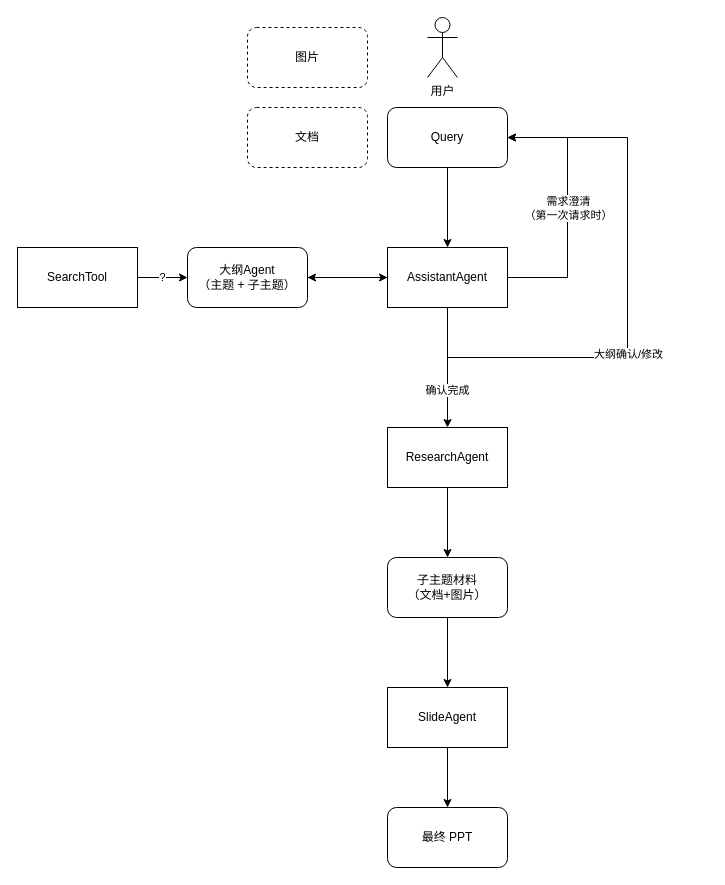
The draw.io diagram presentation.drawio in xueyouluo/drawio-repo, before the edit. Source tidied: cells renumbered, new cells numbered last; positions are measured from the earlier drawing's top-left corner, leaving out a move shared by most shapes. Both pictures are drawn from the tidied source at 100%, with x=0, y=0 at pixel (17, 17).
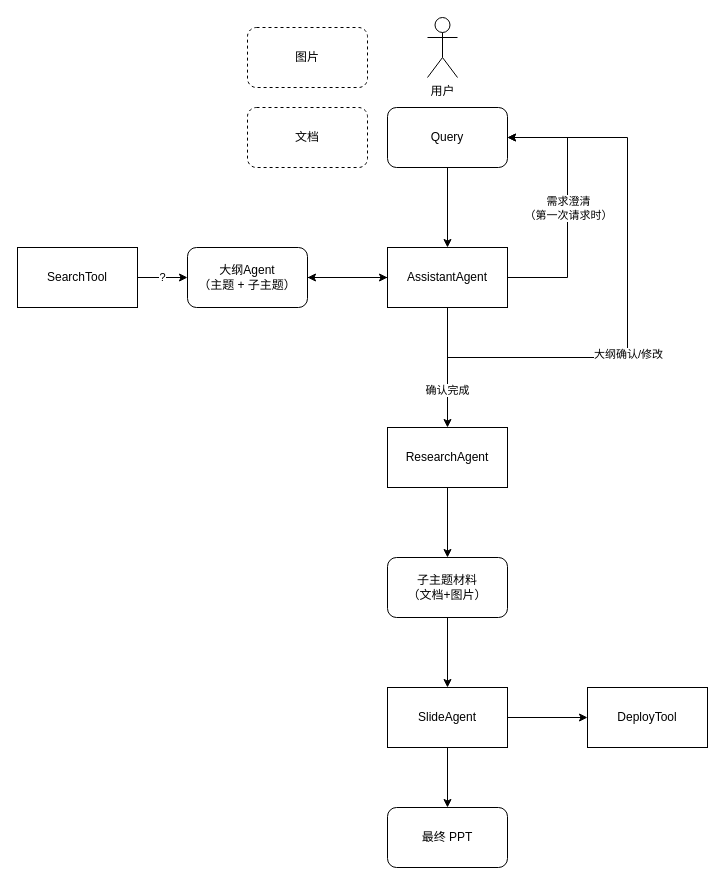
Above is the later version.

The change refers to these unchanged cells:
```xml
<mxCell id="11" value="SlideAgent" style="rounded=0;whiteSpace=wrap;html=1;" parent="1" vertex="1">
  <mxGeometry x="370" y="670" width="120" height="60" as="geometry" />
</mxCell>
```

The edit, as a diff of the source:
```diff
@@
+    <mxCell id="26" style="edgeStyle=orthogonalEdgeStyle;rounded=0;jettySize=auto;html=1;" parent="1" edge="1" source="11" target="27">
+      <mxGeometry relative="1" as="geometry" />
+    </mxCell>
@@
+    <mxCell id="27" value="DeployTool" style="whiteSpace=wrap;html=1;rounded=0;" parent="1" vertex="1">
+      <mxGeometry x="570" y="670" width="120" height="60" as="geometry" />
+    </mxCell>
```
